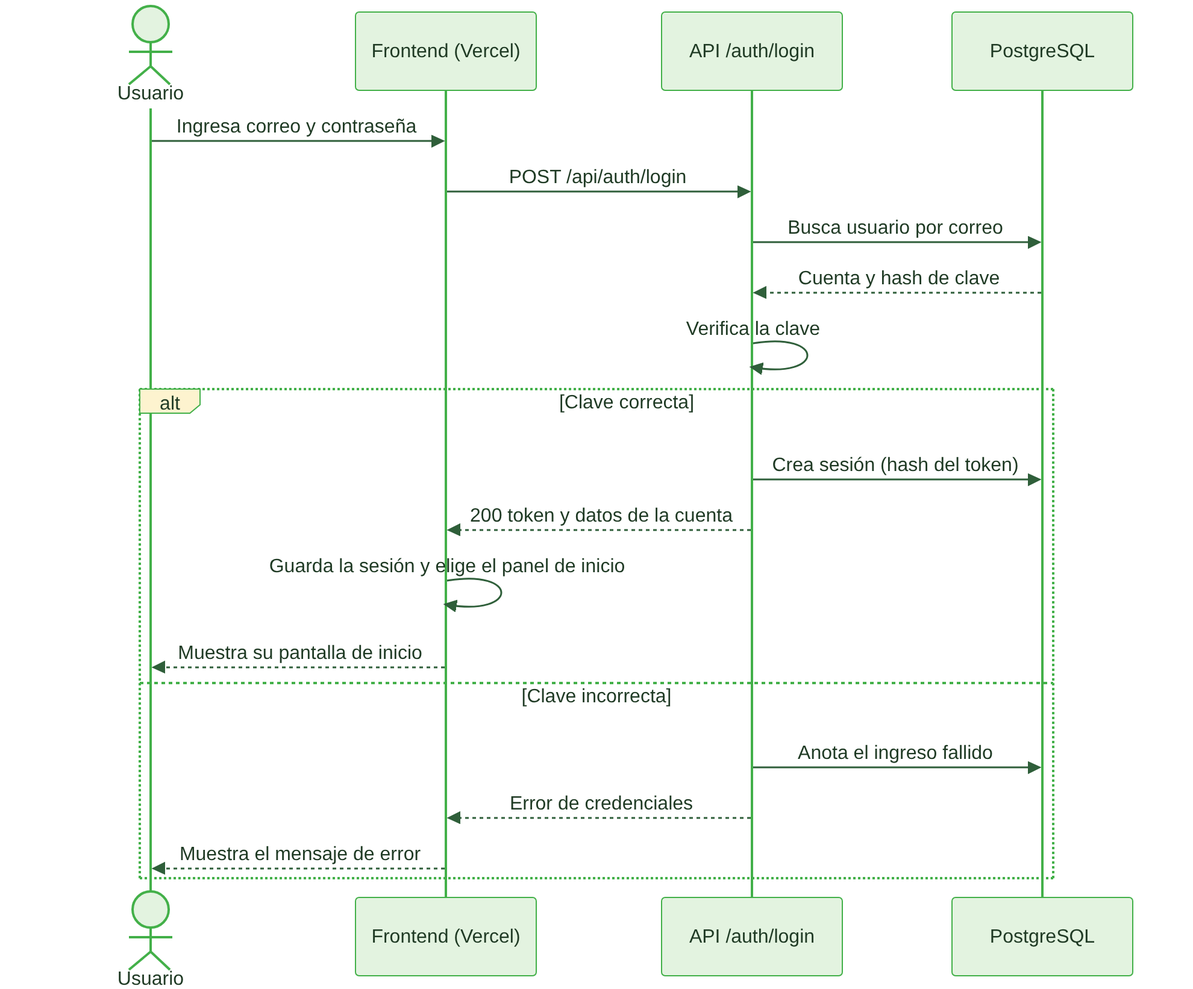
This is docs/documentacion/png/sec1_login.png from JSSAgrofresh/agrofresh_report_hub, a Mermaid export, as it was before one commit. Its source is kept beside it as docs/documentacion/diagramas/sec1_login.mmd.
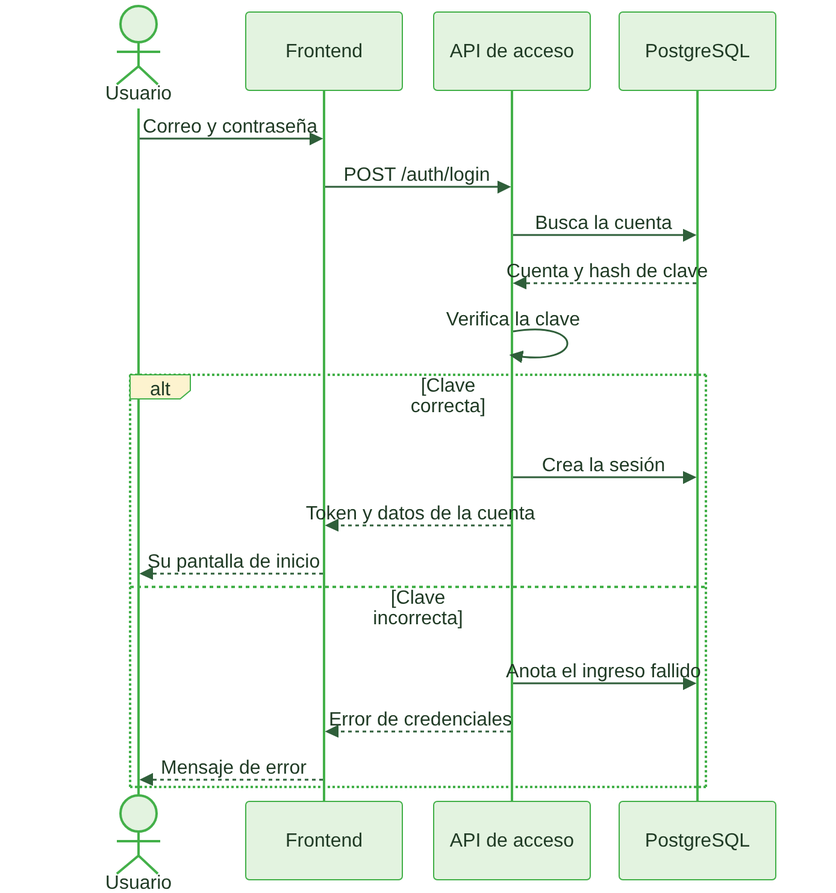
The same diagram one commit later.

What changed in the source:
```diff
@@ -1,20 +1,19 @@
 sequenceDiagram
     actor usuario as Usuario
-    participant front as Frontend (Vercel)
-    participant api as API /auth/login
+    participant front as Frontend
+    participant api as API de acceso
     participant bd as PostgreSQL
-    usuario->>front: Ingresa correo y contraseña
-    front->>api: POST /api/auth/login
-    api->>bd: Busca usuario por correo
+    usuario->>front: Correo y contraseña
+    front->>api: POST /auth/login
+    api->>bd: Busca la cuenta
     bd-->>api: Cuenta y hash de clave
     api->>api: Verifica la clave
     alt Clave correcta
-        api->>bd: Crea sesión (hash del token)
-        api-->>front: 200 token y datos de la cuenta
-        front->>front: Guarda la sesión y elige el panel de inicio
-        front-->>usuario: Muestra su pantalla de inicio
+        api->>bd: Crea la sesión
+        api-->>front: Token y datos de la cuenta
+        front-->>usuario: Su pantalla de inicio
     else Clave incorrecta
         api->>bd: Anota el ingreso fallido
         api-->>front: Error de credenciales
-        front-->>usuario: Muestra el mensaje de error
+        front-->>usuario: Mensaje de error
     end
```
